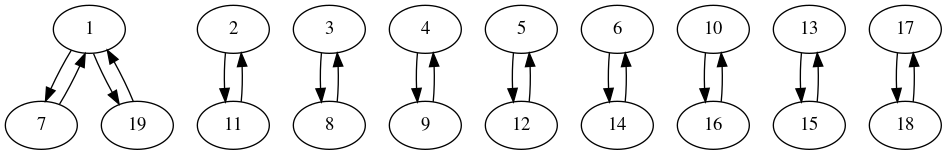
The Graphviz diagram cvrp.png in Qdake/Operationnelle_Recherche_CVRP_problem, before a commit. Its source is kept beside it as cvrp.dot.
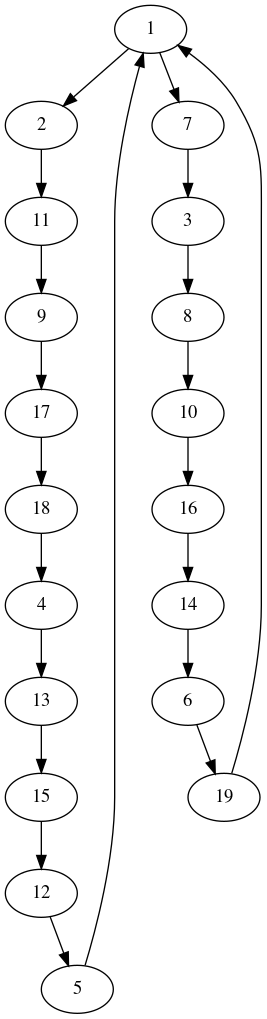
Later version of the same file.

What changed in the source:
```diff
@@ -18,4 +18,4 @@
 17;
 18;
 19;
-1->7;1->19;2->11;3->8;4->9;5->12;6->14;7->1;8->3;9->4;10->16;11->2;12->5;13->15;14->6;15->13;16->10;17->18;18->17;19->1;}
+1->2;1->7;2->11;3->8;4->13;5->1;6->19;7->3;8->10;9->17;10->16;11->9;12->5;13->15;14->6;15->12;16->14;17->18;18->4;19->1;}
```
